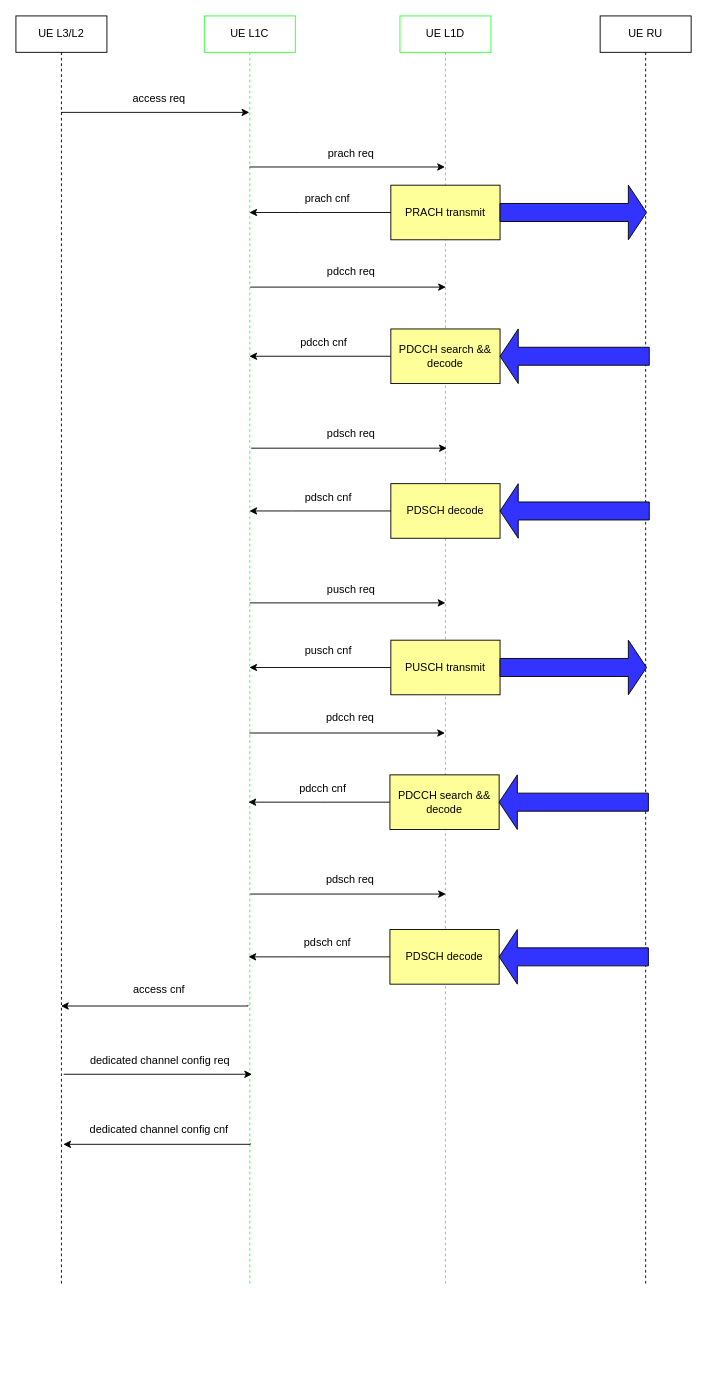
Earlier version of the draw.io diagram page "random access procedure" (18 of 20) of 1.drawio (wubobupt/drawio). Source tidied: cells renumbered, new cells numbered last; positions are measured from the earlier drawing's top-left corner, leaving out a move shared by most shapes. Both pictures are drawn from the tidied source at 91%, with x=0, y=0 at pixel (15, 15).
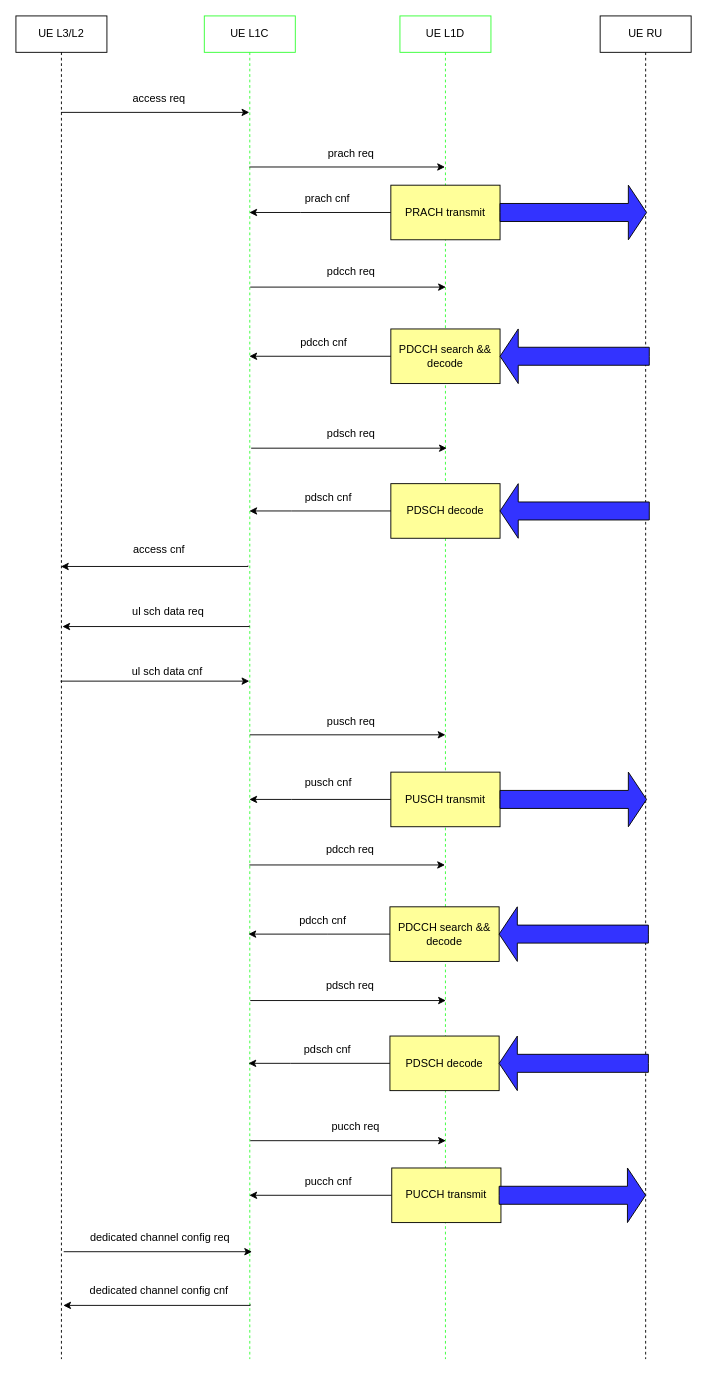
The same page after the edit.

The edit, as a diff of the source:
```diff
@@
     <mxCell id="2" value="UE L3/L2" style="shape=umlLifeline;perimeter=lifelinePerimeter;whiteSpace=wrap;html=1;newEdgeStyle={&quot;curved&quot;:0,&quot;rounded&quot;:0};" parent="1" vertex="1">
-      <mxGeometry width="100" height="1396" as="geometry" />
+      <mxGeometry width="100" height="1476" as="geometry" />
     </mxCell>
     <mxCell id="3" value="UE L1C" style="shape=umlLifeline;perimeter=lifelinePerimeter;whiteSpace=wrap;html=1;outlineConnect=0;portConstraint=eastwest;newEdgeStyle={&quot;curved&quot;:0,&quot;rounded&quot;:0};strokeColor=#33FF33;" parent="1" vertex="1">
-      <mxGeometry x="207" width="100" height="1396" as="geometry" />
+      <mxGeometry x="207" width="100" height="1476" as="geometry" />
     </mxCell>
     <mxCell id="4" value="UE L1D" style="shape=umlLifeline;perimeter=lifelinePerimeter;whiteSpace=wrap;html=1;newEdgeStyle={&quot;curved&quot;:0,&quot;rounded&quot;:0};strokeColor=#33FF33;" parent="1" vertex="1">
-      <mxGeometry x="422" width="100" height="1396" as="geometry" />
+      <mxGeometry x="422" width="100" height="1476" as="geometry" />
     </mxCell>
     <mxCell id="5" value="UE RU" style="shape=umlLifeline;perimeter=lifelinePerimeter;whiteSpace=wrap;html=1;newEdgeStyle={&quot;curved&quot;:0,&quot;rounded&quot;:0};" parent="1" vertex="1">
-      <mxGeometry x="642" width="100" height="1396" as="geometry" />
+      <mxGeometry x="642" width="100" height="1476" as="geometry" />
     </mxCell>
@@
     <mxCell id="14" style="edgeStyle=orthogonalEdgeStyle;rounded=0;orthogonalLoop=1;jettySize=auto;html=1;exitX=0;exitY=0.5;exitDx=0;exitDy=0;" parent="1" edge="1">
       <mxGeometry relative="1" as="geometry">
-        <mxPoint x="255" y="1087" as="sourcePoint" />
-        <mxPoint x="49.5" y="1088" as="targetPoint" />
+        <mxPoint x="255" y="604" as="sourcePoint" />
+        <mxPoint x="49.5" y="605" as="targetPoint" />
         <Array as="points">
-          <mxPoint x="255" y="1088" />
+          <mxPoint x="255" y="605" />
         </Array>
       </mxGeometry>
     </mxCell>
     <mxCell id="15" value="access cnf" style="text;html=1;align=center;verticalAlign=middle;strokeColor=none;fillColor=none;" parent="1" vertex="1">
-      <mxGeometry x="117" y="1055" width="80" height="30" as="geometry" />
+      <mxGeometry x="117" y="572" width="80" height="30" as="geometry" />
     </mxCell>
@@
     <mxCell id="22" style="edgeStyle=none;orthogonalLoop=1;jettySize=auto;html=1;rounded=0;" parent="1" edge="1">
       <mxGeometry relative="1" as="geometry">
-        <mxPoint x="52.5" y="1163" as="sourcePoint" />
-        <mxPoint x="259.5" y="1163" as="targetPoint" />
+        <mxPoint x="52.5" y="1358" as="sourcePoint" />
+        <mxPoint x="259.5" y="1358" as="targetPoint" />
       </mxGeometry>
     </mxCell>
     <mxCell id="23" value="dedicated channel config req" style="text;html=1;align=center;verticalAlign=middle;strokeColor=none;fillColor=none;" parent="1" vertex="1">
-      <mxGeometry x="68" y="1133" width="180" height="30" as="geometry" />
+      <mxGeometry x="68" y="1328" width="180" height="30" as="geometry" />
     </mxCell>
     <mxCell id="24" style="edgeStyle=orthogonalEdgeStyle;rounded=0;orthogonalLoop=1;jettySize=auto;html=1;exitX=0;exitY=0.5;exitDx=0;exitDy=0;" parent="1" edge="1">
       <mxGeometry relative="1" as="geometry">
-        <mxPoint x="257.5" y="1239" as="sourcePoint" />
-        <mxPoint x="52" y="1240" as="targetPoint" />
+        <mxPoint x="257.5" y="1416" as="sourcePoint" />
+        <mxPoint x="52" y="1417" as="targetPoint" />
         <Array as="points">
-          <mxPoint x="257.5" y="1240" />
+          <mxPoint x="257.5" y="1417" />
         </Array>
       </mxGeometry>
     </mxCell>
     <mxCell id="25" value="dedicated channel config cnf" style="text;html=1;align=center;verticalAlign=middle;strokeColor=none;fillColor=none;" parent="1" vertex="1">
-      <mxGeometry x="67" y="1209" width="180" height="30" as="geometry" />
+      <mxGeometry x="67" y="1386" width="180" height="30" as="geometry" />
     </mxCell>
@@
     <mxCell id="32" style="edgeStyle=none;orthogonalLoop=1;jettySize=auto;html=1;rounded=0;" parent="1" edge="1">
       <mxGeometry relative="1" as="geometry">
-        <mxPoint x="257" y="645" as="sourcePoint" />
-        <mxPoint x="472" y="645" as="targetPoint" />
+        <mxPoint x="257" y="790" as="sourcePoint" />
+        <mxPoint x="472" y="790" as="targetPoint" />
       </mxGeometry>
     </mxCell>
     <mxCell id="33" value="pusch req" style="text;html=1;align=center;verticalAlign=middle;strokeColor=none;fillColor=none;" parent="1" vertex="1">
-      <mxGeometry x="328" y="616" width="80" height="30" as="geometry" />
+      <mxGeometry x="328" y="761" width="80" height="30" as="geometry" />
     </mxCell>
-    <mxCell id="34" style="edgeStyle=orthogonalEdgeStyle;rounded=0;jettySize=auto;html=1;exitX=0;exitY=0.5;exitDx=0;exitDy=0;" parent="1" edge="1" source="35" target="3">
+    <mxCell id="34" style="edgeStyle=orthogonalEdgeStyle;rounded=0;jettySize=auto;html=1;exitX=0;exitY=0.5;exitDx=0;exitDy=0;" parent="1" edge="1" source="35">
       <mxGeometry relative="1" as="geometry">
+        <mxPoint x="256.5" y="861" as="targetPoint" />
         <Array as="points">
-          <mxPoint x="303" y="716" />
-          <mxPoint x="303" y="716" />
+          <mxPoint x="303" y="861" />
+          <mxPoint x="303" y="861" />
         </Array>
       </mxGeometry>
     </mxCell>
     <mxCell id="35" value="PUSCH transmit" style="whiteSpace=wrap;html=1;fillColor=#FFFF99;" parent="1" vertex="1">
-      <mxGeometry x="412" y="686" width="120" height="60" as="geometry" />
+      <mxGeometry x="412" y="831" width="120" height="60" as="geometry" />
     </mxCell>
     <mxCell id="36" value="pusch cnf" style="text;html=1;align=center;verticalAlign=middle;strokeColor=none;fillColor=none;" parent="1" vertex="1">
-      <mxGeometry x="308" y="683" width="70" height="30" as="geometry" />
+      <mxGeometry x="308" y="828" width="70" height="30" as="geometry" />
     </mxCell>
     <mxCell id="37" style="html=1;shadow=0;dashed=0;align=center;verticalAlign=middle;shape=mxgraph.arrows2.arrow;dy=0.67;dx=20;notch=0;rotation=0;fillColor=#3333FF;" parent="1" vertex="1">
-      <mxGeometry x="532" y="686" width="161" height="60" as="geometry" />
+      <mxGeometry x="532" y="831" width="161" height="60" as="geometry" />
     </mxCell>
     <mxCell id="38" style="edgeStyle=orthogonalEdgeStyle;rounded=0;jettySize=auto;html=1;exitX=0;exitY=0.5;exitDx=0;exitDy=0;" parent="1" edge="1" source="39">
       <mxGeometry relative="1" as="geometry">
-        <mxPoint x="255.5" y="864" as="targetPoint" />
+        <mxPoint x="255.5" y="1009" as="targetPoint" />
         <Array as="points">
-          <mxPoint x="342" y="864" />
-          <mxPoint x="342" y="864" />
+          <mxPoint x="342" y="1009" />
+          <mxPoint x="342" y="1009" />
         </Array>
       </mxGeometry>
     </mxCell>
     <mxCell id="39" value="PDCCH search &amp;amp;&amp;amp; decode" style="whiteSpace=wrap;html=1;fillColor=#FFFF99;" parent="1" vertex="1">
-      <mxGeometry x="411" y="834" width="120" height="60" as="geometry" />
+      <mxGeometry x="411" y="979" width="120" height="60" as="geometry" />
     </mxCell>
     <mxCell id="40" style="html=1;shadow=0;dashed=0;align=center;verticalAlign=middle;shape=mxgraph.arrows2.arrow;dy=0.67;dx=20;notch=0;rotation=-180;fillColor=#3333FF;" parent="1" vertex="1">
-      <mxGeometry x="531" y="834" width="164" height="60" as="geometry" />
+      <mxGeometry x="531" y="979" width="164" height="60" as="geometry" />
     </mxCell>
     <mxCell id="41" value="pdcch cnf" style="text;html=1;align=center;verticalAlign=middle;strokeColor=none;fillColor=none;" parent="1" vertex="1">
-      <mxGeometry x="302" y="834" width="70" height="30" as="geometry" />
+      <mxGeometry x="302" y="979" width="70" height="30" as="geometry" />
     </mxCell>
     <mxCell id="42" style="edgeStyle=none;orthogonalLoop=1;jettySize=auto;html=1;rounded=0;" parent="1" edge="1">
       <mxGeometry relative="1" as="geometry">
-        <mxPoint x="257.5" y="965" as="sourcePoint" />
-        <mxPoint x="472.5" y="965" as="targetPoint" />
+        <mxPoint x="257.5" y="1082" as="sourcePoint" />
+        <mxPoint x="472.5" y="1082" as="targetPoint" />
       </mxGeometry>
     </mxCell>
     <mxCell id="43" value="pdsch req" style="text;html=1;align=center;verticalAlign=middle;strokeColor=none;fillColor=none;" parent="1" vertex="1">
-      <mxGeometry x="327" y="934" width="80" height="30" as="geometry" />
+      <mxGeometry x="327" y="1051" width="80" height="30" as="geometry" />
     </mxCell>
     <mxCell id="44" style="edgeStyle=orthogonalEdgeStyle;rounded=0;jettySize=auto;html=1;exitX=0;exitY=0.5;exitDx=0;exitDy=0;" parent="1" edge="1" source="45">
       <mxGeometry relative="1" as="geometry">
-        <mxPoint x="255.5" y="1034" as="targetPoint" />
+        <mxPoint x="255.5" y="1151" as="targetPoint" />
         <Array as="points">
-          <mxPoint x="302" y="1034" />
-          <mxPoint x="302" y="1034" />
+          <mxPoint x="302" y="1151" />
+          <mxPoint x="302" y="1151" />
         </Array>
       </mxGeometry>
     </mxCell>
     <mxCell id="45" value="PDSCH decode" style="whiteSpace=wrap;html=1;fillColor=#FFFF99;" parent="1" vertex="1">
-      <mxGeometry x="411" y="1004" width="120" height="60" as="geometry" />
+      <mxGeometry x="411" y="1121" width="120" height="60" as="geometry" />
     </mxCell>
     <mxCell id="46" value="pdsch cnf" style="text;html=1;align=center;verticalAlign=middle;strokeColor=none;fillColor=none;" parent="1" vertex="1">
-      <mxGeometry x="307" y="1004" width="70" height="30" as="geometry" />
+      <mxGeometry x="307" y="1121" width="70" height="30" as="geometry" />
     </mxCell>
     <mxCell id="47" style="html=1;shadow=0;dashed=0;align=center;verticalAlign=middle;shape=mxgraph.arrows2.arrow;dy=0.67;dx=20;notch=0;rotation=-180;fillColor=#3333FF;" parent="1" vertex="1">
-      <mxGeometry x="531" y="1004" width="164" height="60" as="geometry" />
+      <mxGeometry x="531" y="1121" width="164" height="60" as="geometry" />
     </mxCell>
     <mxCell id="48" style="edgeStyle=none;orthogonalLoop=1;jettySize=auto;html=1;rounded=0;" parent="1" edge="1">
       <mxGeometry relative="1" as="geometry">
-        <mxPoint x="256.5" y="788" as="sourcePoint" />
-        <mxPoint x="471.5" y="788" as="targetPoint" />
+        <mxPoint x="256.5" y="933" as="sourcePoint" />
+        <mxPoint x="471.5" y="933" as="targetPoint" />
       </mxGeometry>
     </mxCell>
     <mxCell id="49" value="pdcch req" style="text;html=1;align=center;verticalAlign=middle;strokeColor=none;fillColor=none;" parent="1" vertex="1">
-      <mxGeometry x="327" y="756" width="80" height="30" as="geometry" />
+      <mxGeometry x="327" y="901" width="80" height="30" as="geometry" />
     </mxCell>
+    <mxCell id="50" style="edgeStyle=orthogonalEdgeStyle;rounded=0;orthogonalLoop=1;jettySize=auto;html=1;exitX=0;exitY=0.5;exitDx=0;exitDy=0;" parent="1" edge="1">
+      <mxGeometry relative="1" as="geometry">
+        <mxPoint x="256.5" y="670" as="sourcePoint" />
+        <mxPoint x="51" y="671" as="targetPoint" />
+        <Array as="points">
+          <mxPoint x="256.5" y="671" />
+        </Array>
+      </mxGeometry>
+    </mxCell>
+    <mxCell id="51" value="ul sch data req" style="text;html=1;align=center;verticalAlign=middle;strokeColor=none;fillColor=none;" parent="1" vertex="1">
+      <mxGeometry x="117" y="640" width="100" height="30" as="geometry" />
+    </mxCell>
+    <mxCell id="52" style="edgeStyle=none;orthogonalLoop=1;jettySize=auto;html=1;rounded=0;" parent="1" edge="1">
+      <mxGeometry relative="1" as="geometry">
+        <mxPoint x="49" y="731" as="sourcePoint" />
+        <mxPoint x="256.5" y="731" as="targetPoint" />
+      </mxGeometry>
+    </mxCell>
+    <mxCell id="53" value="ul sch data cnf" style="text;html=1;align=center;verticalAlign=middle;strokeColor=none;fillColor=none;" parent="1" vertex="1">
+      <mxGeometry x="116" y="706" width="100" height="30" as="geometry" />
+    </mxCell>
+    <mxCell id="54" style="edgeStyle=none;orthogonalLoop=1;jettySize=auto;html=1;rounded=0;" parent="1" edge="1">
+      <mxGeometry relative="1" as="geometry">
+        <mxPoint x="257.5" y="1236" as="sourcePoint" />
+        <mxPoint x="472.5" y="1236" as="targetPoint" />
+      </mxGeometry>
+    </mxCell>
+    <mxCell id="55" value="pucch req" style="text;html=1;align=center;verticalAlign=middle;strokeColor=none;fillColor=none;" parent="1" vertex="1">
+      <mxGeometry x="333" y="1206" width="80" height="30" as="geometry" />
+    </mxCell>
+    <mxCell id="56" style="edgeStyle=orthogonalEdgeStyle;rounded=0;jettySize=auto;html=1;exitX=0;exitY=0.5;exitDx=0;exitDy=0;" parent="1" edge="1" source="57" target="3">
+      <mxGeometry relative="1" as="geometry">
+        <Array as="points">
+          <mxPoint x="283" y="1296" />
+          <mxPoint x="283" y="1296" />
+        </Array>
+      </mxGeometry>
+    </mxCell>
+    <mxCell id="57" value="PUCCH transmit" style="whiteSpace=wrap;html=1;fillColor=#FFFF99;" parent="1" vertex="1">
+      <mxGeometry x="413" y="1266" width="120" height="60" as="geometry" />
+    </mxCell>
+    <mxCell id="58" style="html=1;shadow=0;dashed=0;align=center;verticalAlign=middle;shape=mxgraph.arrows2.arrow;dy=0.67;dx=20;notch=0;rotation=0;fillColor=#3333FF;" parent="1" vertex="1">
+      <mxGeometry x="531" y="1266" width="161" height="60" as="geometry" />
+    </mxCell>
+    <mxCell id="59" value="pucch cnf" style="text;html=1;align=center;verticalAlign=middle;strokeColor=none;fillColor=none;" parent="1" vertex="1">
+      <mxGeometry x="308" y="1266" width="70" height="30" as="geometry" />
+    </mxCell>
```
